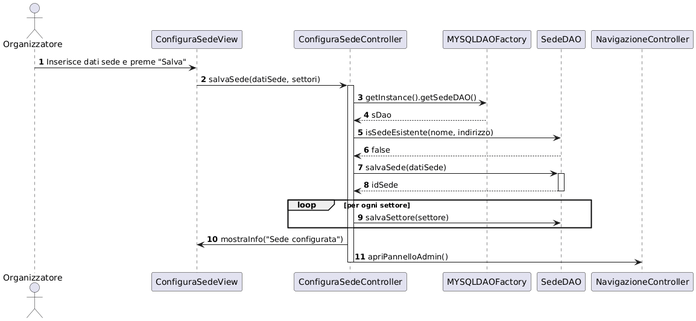
Before: doc/Diagrammi di sequenza/Configurazione sede-sequenza.png, a diagram exported from PlantUML (LamineJavalOrg/TicketTwo).
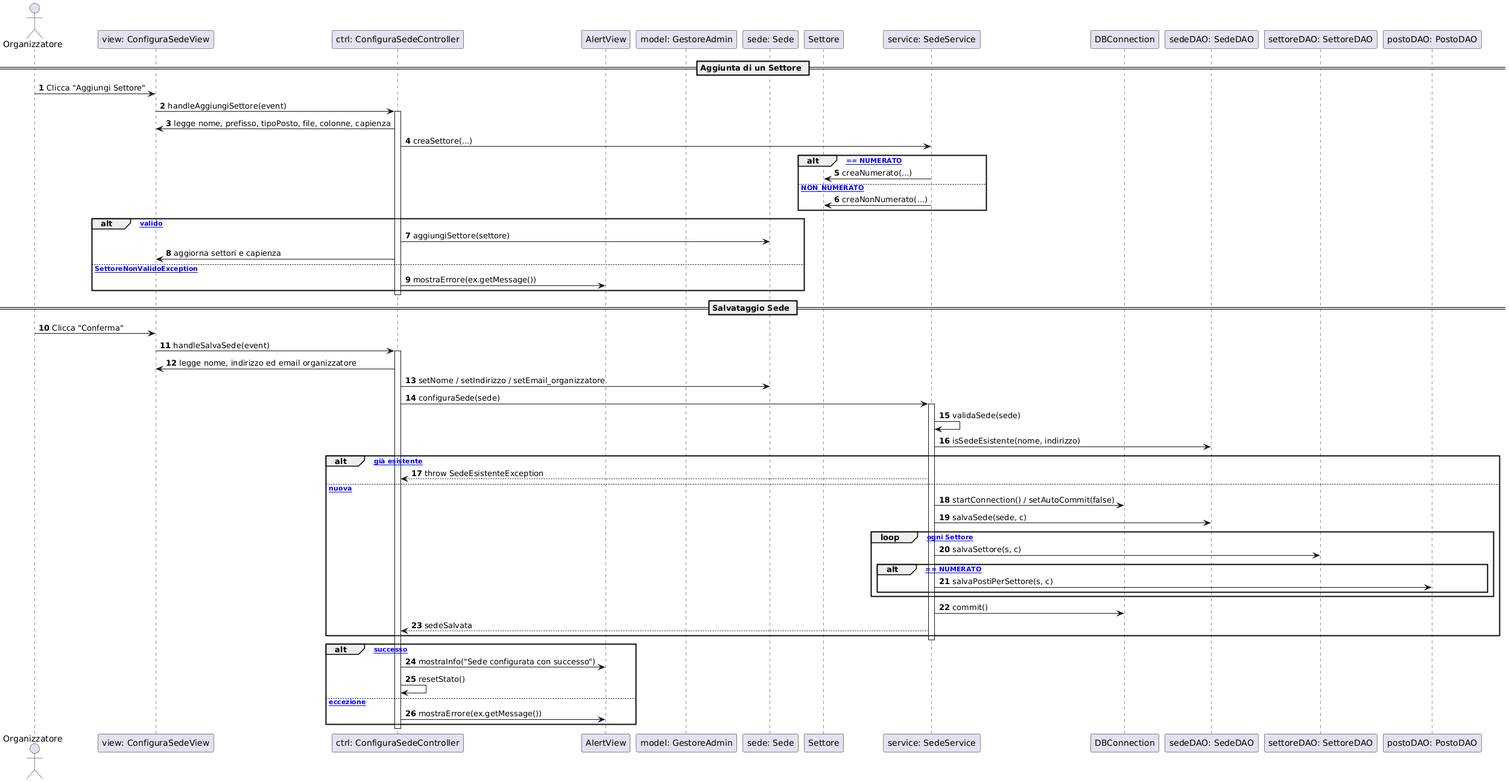
After the change.

Commit message:
Caricamento versione finale dei diagrammi di sequenza (Costruzione)

Change to the diagram source:
```diff
@@ -1,32 +1,75 @@
 @startuml
 autonumber
+
 actor Organizzatore
-participant ConfiguraSedeView
-participant ConfiguraSedeController
-participant MYSQLDAOFactory
-participant SedeDAO
-participant NavigazioneController
+participant "view: ConfiguraSedeView" as view
+participant "ctrl: ConfiguraSedeController" as ctrl
+participant "AlertView" as alert
+participant "model: GestoreAdmin" as model
+participant "sede: Sede" as sede
+participant "Settore" as settore
+participant "service: SedeService" as service
+participant "DBConnection" as db
+participant "sedeDAO: SedeDAO" as sedeDAO
+participant "settoreDAO: SettoreDAO" as settoreDAO
+participant "postoDAO: PostoDAO" as postoDAO
 
-Organizzatore -> ConfiguraSedeView : Inserisce dati sede e preme "Salva"
-ConfiguraSedeView -> ConfiguraSedeController : salvaSede(datiSede, settori)
-activate ConfiguraSedeController
+== Aggiunta di un Settore ==
 
-ConfiguraSedeController -> MYSQLDAOFactory : getInstance().getSedeDAO()
-MYSQLDAOFactory --> ConfiguraSedeController : sDao
+Organizzatore -> view : Clicca "Aggiungi Settore"
+view -> ctrl : handleAggiungiSettore(event)
+activate ctrl
+ctrl -> view : legge nome, prefisso, tipoPosto, file, colonne, capienza
+ctrl -> service : creaSettore(...)
 
-ConfiguraSedeController -> SedeDAO : isSedeEsistente(nome, indirizzo)
-SedeDAO --> ConfiguraSedeController : false
-
-ConfiguraSedeController -> SedeDAO : salvaSede(datiSede)
-activate SedeDAO
-SedeDAO --> ConfiguraSedeController : idSede
-deactivate SedeDAO
-
-loop per ogni settore
-    ConfiguraSedeController -> SedeDAO : salvaSettore(settore)
+alt [tipoPosto == NUMERATO]
+    service -> settore : creaNumerato(...)
+else [NON_NUMERATO]
+    service -> settore : creaNonNumerato(...)
 end
 
-ConfiguraSedeController -> ConfiguraSedeView : mostraInfo("Sede configurata")
-ConfiguraSedeController -> NavigazioneController : apriPannelloAdmin()
-deactivate ConfiguraSedeController
+alt [settore valido]
+    ctrl -> sede : aggiungiSettore(settore)
+    ctrl -> view : aggiorna settori e capienza
+else [SettoreNonValidoException]
+    ctrl -> alert : mostraErrore(ex.getMessage())
+end
+deactivate ctrl
+
+== Salvataggio Sede ==
+
+Organizzatore -> view : Clicca "Conferma"
+view -> ctrl : handleSalvaSede(event)
+activate ctrl
+ctrl -> view : legge nome, indirizzo ed email organizzatore
+ctrl -> sede : setNome / setIndirizzo / setEmail_organizzatore
+ctrl -> service : configuraSede(sede)
+activate service
+
+service -> service : validaSede(sede)
+service -> sedeDAO : isSedeEsistente(nome, indirizzo)
+
+alt [sede già esistente]
+    service --> ctrl : throw SedeEsistenteException
+else [sede nuova]
+    service -> db : startConnection() / setAutoCommit(false)
+    service -> sedeDAO : salvaSede(sede, c)
+    loop [per ogni Settore]
+        service -> settoreDAO : salvaSettore(s, c)
+        alt [s.getTipo() == NUMERATO]
+            service -> postoDAO : salvaPostiPerSettore(s, c)
+        end
+    end
+    service -> db : commit()
+    service --> ctrl : sedeSalvata
+end
+deactivate service
+
+alt [successo]
+    ctrl -> alert : mostraInfo("Sede configurata con successo")
+    ctrl -> ctrl : resetStato()
+else [eccezione]
+    ctrl -> alert : mostraErrore(ex.getMessage())
+end
+deactivate ctrl
 @enduml
```
